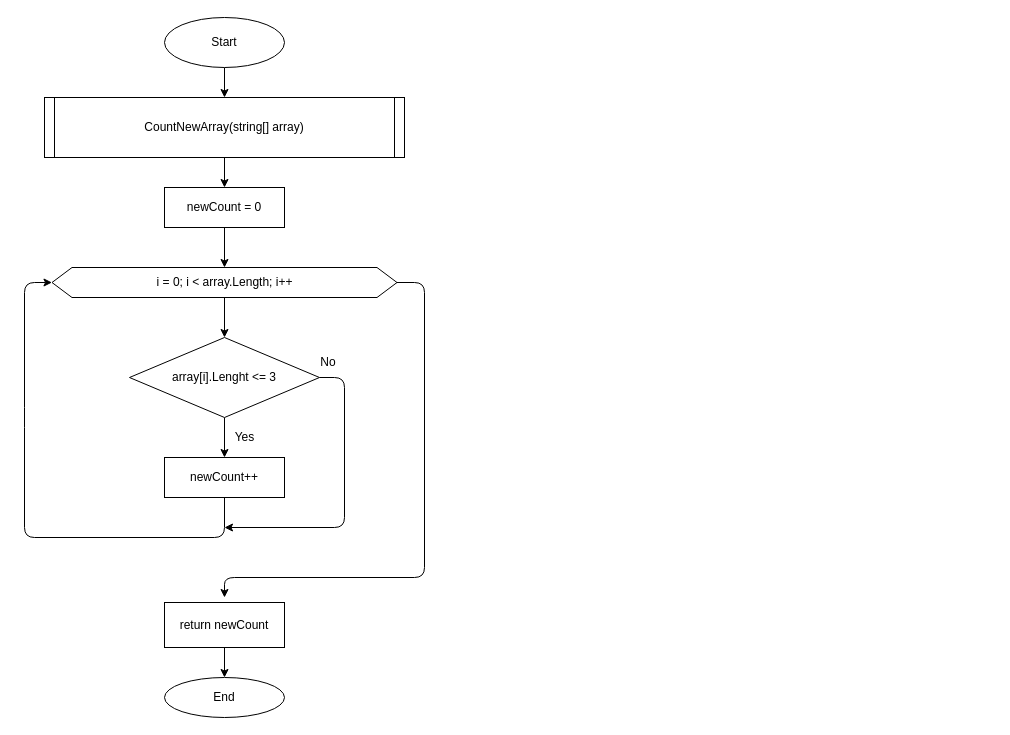
Before: FinalTaskFeb/BlockScheme.dio in Flairyann/FinalTask, a draw.io diagram. Source tidied: cells renumbered, new cells numbered last; positions are measured from the earlier drawing's top-left corner, leaving out a move shared by most shapes. Both pictures are drawn from the tidied source at 100%, with x=0, y=0 at pixel (24, 17).
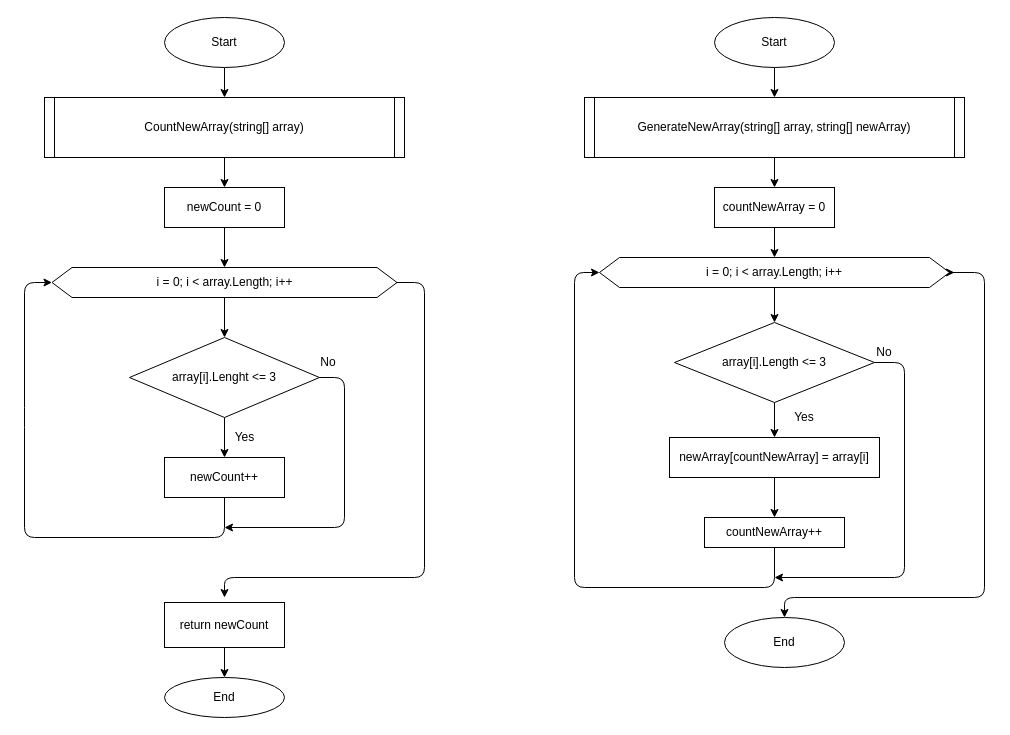
Above is the later version.

Commit message:
Generate new array method added

What changed in the source:
```diff
@@
+    <mxCell id="21" style="edgeStyle=none;html=1;" parent="1" edge="1" source="22" target="24">
+      <mxGeometry relative="1" as="geometry" />
+    </mxCell>
+    <mxCell id="22" value="Start" style="ellipse;whiteSpace=wrap;html=1;" parent="1" vertex="1">
+      <mxGeometry x="690" width="120" height="50" as="geometry" />
+    </mxCell>
+    <mxCell id="23" style="edgeStyle=none;html=1;" parent="1" edge="1" source="24" target="26">
+      <mxGeometry relative="1" as="geometry" />
+    </mxCell>
+    <mxCell id="24" value="GenerateNewArray(string[] array, string[] newArray)" style="shape=process;whiteSpace=wrap;html=1;backgroundOutline=1;size=0.02631578947368421;" parent="1" vertex="1">
+      <mxGeometry x="560" y="80" width="380" height="60" as="geometry" />
+    </mxCell>
+    <mxCell id="25" style="edgeStyle=none;html=1;" parent="1" edge="1" source="26" target="30">
+      <mxGeometry relative="1" as="geometry" />
+    </mxCell>
+    <mxCell id="26" value="countNewArray = 0" style="whiteSpace=wrap;html=1;" parent="1" vertex="1">
+      <mxGeometry x="690" y="170" width="120" height="40" as="geometry" />
+    </mxCell>
+    <mxCell id="27" style="edgeStyle=none;html=1;" parent="1" edge="1" source="30" target="33">
+      <mxGeometry relative="1" as="geometry" />
+    </mxCell>
+    <mxCell id="28" style="edgeStyle=none;html=1;" parent="1" edge="1" source="30">
+      <mxGeometry relative="1" as="geometry">
+        <mxPoint x="930" y="255" as="targetPoint" />
+      </mxGeometry>
+    </mxCell>
+    <mxCell id="29" style="edgeStyle=none;html=1;entryX=0.5;entryY=0;entryDx=0;entryDy=0;exitX=1;exitY=0.5;exitDx=0;exitDy=0;" parent="1" edge="1" source="30" target="40">
+      <mxGeometry relative="1" as="geometry">
+        <Array as="points">
+          <mxPoint x="960" y="255" />
+          <mxPoint x="960" y="580" />
+          <mxPoint x="760" y="580" />
+        </Array>
+      </mxGeometry>
+    </mxCell>
+    <mxCell id="30" value="i = 0; i &amp;lt; array.Length; i++" style="shape=hexagon;perimeter=hexagonPerimeter2;whiteSpace=wrap;html=1;fixedSize=1;" parent="1" vertex="1">
+      <mxGeometry x="575" y="240" width="350" height="30" as="geometry" />
+    </mxCell>
+    <mxCell id="31" style="edgeStyle=none;html=1;" parent="1" edge="1" source="33" target="35">
+      <mxGeometry relative="1" as="geometry" />
+    </mxCell>
+    <mxCell id="32" style="edgeStyle=none;html=1;exitX=1;exitY=0.5;exitDx=0;exitDy=0;" parent="1" edge="1" source="33">
+      <mxGeometry relative="1" as="geometry">
+        <mxPoint x="750" y="560" as="targetPoint" />
+        <Array as="points">
+          <mxPoint x="880" y="345" />
+          <mxPoint x="880" y="560" />
+        </Array>
+      </mxGeometry>
+    </mxCell>
+    <mxCell id="33" value="array[i].Length &amp;lt;= 3" style="rhombus;whiteSpace=wrap;html=1;" parent="1" vertex="1">
+      <mxGeometry x="650" y="305" width="200" height="80" as="geometry" />
+    </mxCell>
+    <mxCell id="34" style="edgeStyle=none;html=1;" parent="1" edge="1" source="35" target="37">
+      <mxGeometry relative="1" as="geometry" />
+    </mxCell>
+    <mxCell id="35" value="newArray[countNewArray] = array[i]" style="whiteSpace=wrap;html=1;" parent="1" vertex="1">
+      <mxGeometry x="645" y="420" width="210" height="40" as="geometry" />
+    </mxCell>
+    <mxCell id="36" style="edgeStyle=none;html=1;entryX=0;entryY=0.5;entryDx=0;entryDy=0;exitX=0.5;exitY=1;exitDx=0;exitDy=0;" parent="1" edge="1" source="37" target="30">
+      <mxGeometry relative="1" as="geometry">
+        <Array as="points">
+          <mxPoint x="750" y="570" />
+          <mxPoint x="550" y="570" />
+          <mxPoint x="550" y="255" />
+        </Array>
+      </mxGeometry>
+    </mxCell>
+    <mxCell id="37" value="countNewArray++" style="whiteSpace=wrap;html=1;" parent="1" vertex="1">
+      <mxGeometry x="680" y="500" width="140" height="30" as="geometry" />
+    </mxCell>
+    <mxCell id="38" value="Yes" style="text;html=1;strokeColor=none;fillColor=none;align=center;verticalAlign=middle;whiteSpace=wrap;rounded=0;" parent="1" vertex="1">
+      <mxGeometry x="750" y="385" width="60" height="30" as="geometry" />
+    </mxCell>
+    <mxCell id="39" value="No" style="text;html=1;strokeColor=none;fillColor=none;align=center;verticalAlign=middle;whiteSpace=wrap;rounded=0;" parent="1" vertex="1">
+      <mxGeometry x="830" y="320" width="60" height="30" as="geometry" />
+    </mxCell>
+    <mxCell id="40" value="End" style="ellipse;whiteSpace=wrap;html=1;" parent="1" vertex="1">
+      <mxGeometry x="700" y="600" width="120" height="50" as="geometry" />
+    </mxCell>
```
